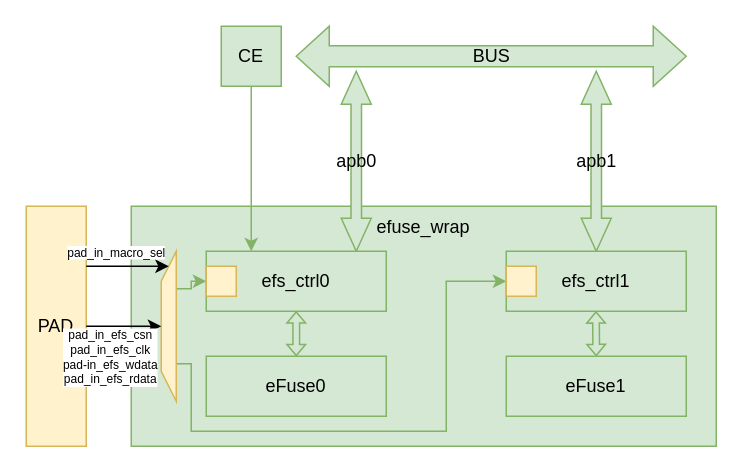
This is page "第 2 页" (2 of 2) of axera_mc8860/mc8860_efuse.drawio from howeip/Diagram, a draw.io file, before an edit. Source tidied: cells renumbered, new cells numbered last; positions are measured from the earlier drawing's top-left corner, leaving out a move shared by most shapes. Both pictures are drawn from the tidied source at 150%, with x=0, y=0 at pixel (26, 26).
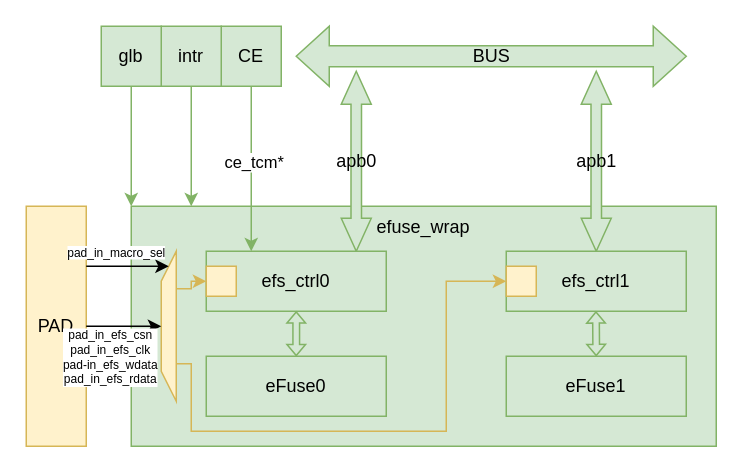
After the change.

The change refers to these unchanged cells:
```xml
<mxCell id="2" value="efuse_wrap" style="rounded=0;whiteSpace=wrap;html=1;verticalAlign=top;fillColor=#d5e8d4;strokeColor=#82b366;" parent="1" vertex="1">
  <mxGeometry x="70" y="120" width="390" height="160" as="geometry" />
</mxCell>
<mxCell id="6" value="efs_ctrl0" style="rounded=0;whiteSpace=wrap;html=1;fillColor=#d5e8d4;strokeColor=#82b366;" parent="1" vertex="1">
  <mxGeometry x="120" y="150" width="120" height="40" as="geometry" />
</mxCell>
<mxCell id="7" value="efs_ctrl1" style="rounded=0;whiteSpace=wrap;html=1;fillColor=#d5e8d4;strokeColor=#82b366;" parent="1" vertex="1">
  <mxGeometry x="320" y="150" width="120" height="40" as="geometry" />
</mxCell>
<mxCell id="12" style="edgeStyle=orthogonalEdgeStyle;rounded=0;jettySize=auto;html=1;entryX=0.25;entryY=0;entryDx=0;entryDy=0;fillColor=#d5e8d4;strokeColor=#82b366;" parent="1" edge="1" source="13" target="6">
  <mxGeometry relative="1" as="geometry" />
</mxCell>
<mxCell id="17" style="shape=trapezoid;perimeter=trapezoidPerimeter;whiteSpace=wrap;fixedSize=1;direction=north;fillColor=#fff2cc;strokeColor=#d6b656;" parent="1" vertex="1">
  <mxGeometry x="90" y="150" width="10" height="100" as="geometry" />
</mxCell>
```

What changed in the source:
```diff
@@
+    <mxCell id="24" value="ce_tcm*" style="edgeLabel;html=1;align=center;verticalAlign=middle;" parent="12" vertex="1">
+      <mxGeometry x="-0.09" y="2" relative="1" as="geometry" />
+    </mxCell>
@@
-    <mxCell id="15" style="edgeStyle=orthogonalEdgeStyle;rounded=0;jettySize=auto;html=1;exitX=0.75;exitY=1;exitDx=0;exitDy=0;entryX=0;entryY=0.5;entryDx=0;entryDy=0;fillColor=#d5e8d4;strokeColor=#82b366;" parent="1" edge="1" source="17" target="6">
+    <mxCell id="15" style="edgeStyle=orthogonalEdgeStyle;rounded=0;jettySize=auto;html=1;exitX=0.75;exitY=1;exitDx=0;exitDy=0;entryX=0;entryY=0.5;entryDx=0;entryDy=0;fillColor=#fff2cc;strokeColor=#d6b656;" parent="1" edge="1" source="17" target="6">
       <mxGeometry relative="1" as="geometry">
         <Array as="points">
           <mxPoint x="110" y="175" />
           <mxPoint x="110" y="170" />
         </Array>
       </mxGeometry>
     </mxCell>
-    <mxCell id="16" style="edgeStyle=orthogonalEdgeStyle;rounded=0;jettySize=auto;html=1;exitX=0.25;exitY=1;exitDx=0;exitDy=0;entryX=0;entryY=0.5;entryDx=0;entryDy=0;fillColor=#d5e8d4;strokeColor=#82b366;" parent="1" edge="1" source="17" target="7">
+    <mxCell id="16" style="edgeStyle=orthogonalEdgeStyle;rounded=0;jettySize=auto;html=1;exitX=0.25;exitY=1;exitDx=0;exitDy=0;entryX=0;entryY=0.5;entryDx=0;entryDy=0;fillColor=#fff2cc;strokeColor=#d6b656;" parent="1" edge="1" source="17" target="7">
       <mxGeometry relative="1" as="geometry">
         <Array as="points">
           <mxPoint x="110" y="225" />
           <mxPoint x="110" y="270" />
           <mxPoint x="280" y="270" />
           <mxPoint x="280" y="170" />
         </Array>
       </mxGeometry>
     </mxCell>
@@
+    <mxCell id="25" style="edgeStyle=orthogonalEdgeStyle;rounded=0;jettySize=auto;html=1;strokeColor=#82b366;fillColor=#d5e8d4;" parent="1" edge="1" source="26">
+      <mxGeometry relative="1" as="geometry">
+        <mxPoint x="110" y="120" as="targetPoint" />
+      </mxGeometry>
+    </mxCell>
+    <mxCell id="26" value="intr" style="whiteSpace=wrap;html=1;fillColor=#d5e8d4;strokeColor=#82b366;" parent="1" vertex="1">
+      <mxGeometry x="90" width="40" height="40" as="geometry" />
+    </mxCell>
+    <mxCell id="27" style="edgeStyle=orthogonalEdgeStyle;rounded=0;jettySize=auto;html=1;entryX=0;entryY=0;entryDx=0;entryDy=0;strokeColor=#82b366;fillColor=#d5e8d4;" parent="1" edge="1" source="28" target="2">
+      <mxGeometry relative="1" as="geometry" />
+    </mxCell>
+    <mxCell id="28" value="glb" style="whiteSpace=wrap;html=1;fillColor=#d5e8d4;strokeColor=#82b366;" parent="1" vertex="1">
+      <mxGeometry x="50" width="40" height="40" as="geometry" />
+    </mxCell>
```
